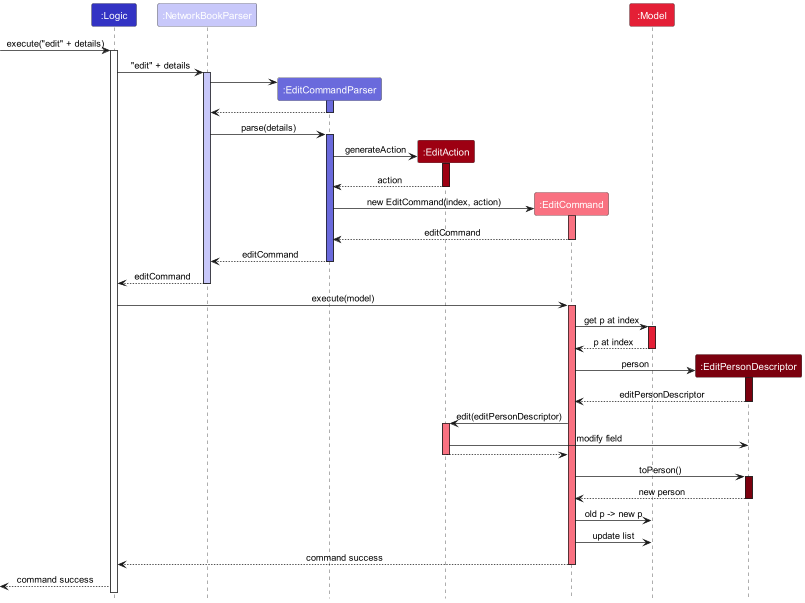
nus-cs2103-AY2324S1/tp keeps this PlantUML diagram as docs/images/edit/EditDiagram.png. Above is the earlier version. Its diagram source:
```plantuml
@startuml
!include style.puml
skinparam ArrowFontStyle plain

Participant ":Logic" as logic LOGIC_COLOR
Participant ":NetworkBookParser" as networkBookParser LOGIC_COLOR_T1
Participant ":EditCommandParser" as editCommandParser LOGIC_COLOR_T2
Participant ":EditAction" as editAction MODEL_COLOR
Participant ":EditCommand" as editCommand MODEL_COLOR_T1
Participant ":Model" as model MODEL_COLOR_T2
Participant ":EditPersonDescriptor" as editPersonDescriptor MODEL_COLOR_T3

-> logic : execute("edit" + details)
activate logic

logic -> networkBookParser : "edit" + details
activate networkBookParser LOGIC_COLOR_T1

create editCommandParser
networkBookParser -> editCommandParser
activate editCommandParser LOGIC_COLOR_T2

editCommandParser --> networkBookParser
deactivate editCommandParser

networkBookParser -> editCommandParser : parse(details)
activate editCommandParser LOGIC_COLOR_T2

create editAction
editCommandParser -> editAction : generateAction
activate editAction MODEL_COLOR

editAction --> editCommandParser : action
deactivate editAction

create editCommand
editCommandParser -> editCommand : new EditCommand(index, action)
activate editCommand MODEL_COLOR_T1

editCommand --> editCommandParser : editCommand
deactivate editCommand

editCommandParser --> networkBookParser : editCommand
deactivate editCommandParser

networkBookParser --> logic : editCommand
deactivate networkBookParser

logic -> editCommand: execute(model)
activate editCommand MODEL_COLOR_T1

editCommand -> model : get p at index
activate model MODEL_COLOR_T2

model --> editCommand : p at index
deactivate model

create editPersonDescriptor
editCommand -> editPersonDescriptor: person
activate editPersonDescriptor MODEL_COLOR_T3

editPersonDescriptor --> editCommand : editPersonDescriptor
deactivate editPersonDescriptor

editCommand -> editAction : edit(editPersonDescriptor)
activate editAction MODEL_COLOR_T1

editAction -> editPersonDescriptor : modify field

editAction --> editCommand
deactivate editAction

editCommand -> editPersonDescriptor : toPerson()
activate editPersonDescriptor MODEL_COLOR_T3

editPersonDescriptor --> editCommand : new person
deactivate editPersonDescriptor

editCommand -> model : old p -> new p
editCommand -> model : update list

editCommand --> logic : command success
deactivate editCommand

<-- logic : command success

@enduml
```
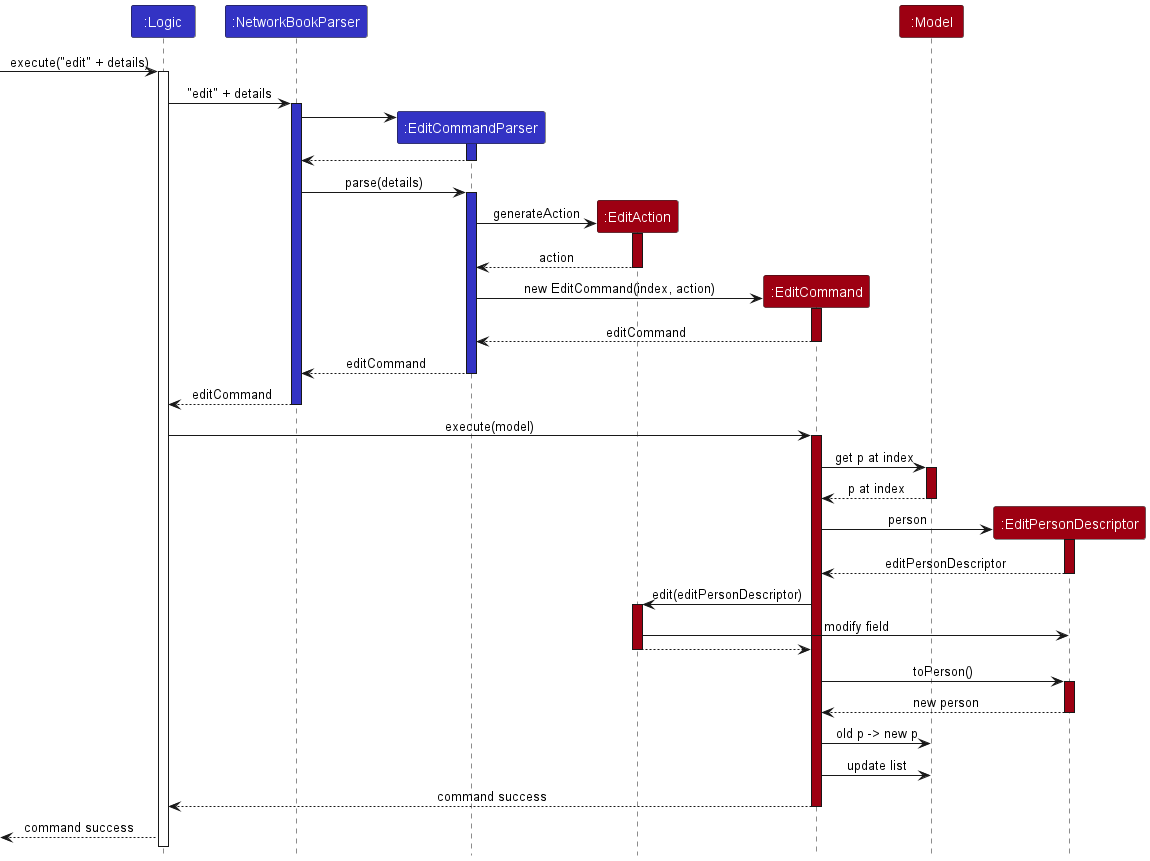
Above is the later version.

Diff of the diagram source:
```diff
@@ -3,28 +3,28 @@
 skinparam ArrowFontStyle plain
 
 Participant ":Logic" as logic LOGIC_COLOR
-Participant ":NetworkBookParser" as networkBookParser LOGIC_COLOR_T1
-Participant ":EditCommandParser" as editCommandParser LOGIC_COLOR_T2
+Participant ":NetworkBookParser" as networkBookParser LOGIC_COLOR
+Participant ":EditCommandParser" as editCommandParser LOGIC_COLOR
 Participant ":EditAction" as editAction MODEL_COLOR
-Participant ":EditCommand" as editCommand MODEL_COLOR_T1
-Participant ":Model" as model MODEL_COLOR_T2
-Participant ":EditPersonDescriptor" as editPersonDescriptor MODEL_COLOR_T3
+Participant ":EditCommand" as editCommand MODEL_COLOR
+Participant ":Model" as model MODEL_COLOR
+Participant ":EditPersonDescriptor" as editPersonDescriptor MODEL_COLOR
 
 -> logic : execute("edit" + details)
 activate logic
 
 logic -> networkBookParser : "edit" + details
-activate networkBookParser LOGIC_COLOR_T1
+activate networkBookParser LOGIC_COLOR
 
 create editCommandParser
 networkBookParser -> editCommandParser
-activate editCommandParser LOGIC_COLOR_T2
+activate editCommandParser LOGIC_COLOR
 
 editCommandParser --> networkBookParser
 deactivate editCommandParser
 
 networkBookParser -> editCommandParser : parse(details)
-activate editCommandParser LOGIC_COLOR_T2
+activate editCommandParser LOGIC_COLOR
 
 create editAction
 editCommandParser -> editAction : generateAction
@@ -35,7 +35,7 @@
 
 create editCommand
 editCommandParser -> editCommand : new EditCommand(index, action)
-activate editCommand MODEL_COLOR_T1
+activate editCommand MODEL_COLOR
 
 editCommand --> editCommandParser : editCommand
 deactivate editCommand
@@ -47,23 +47,23 @@
 deactivate networkBookParser
 
 logic -> editCommand: execute(model)
-activate editCommand MODEL_COLOR_T1
+activate editCommand MODEL_COLOR
 
 editCommand -> model : get p at index
-activate model MODEL_COLOR_T2
+activate model MODEL_COLOR
 
 model --> editCommand : p at index
 deactivate model
 
 create editPersonDescriptor
 editCommand -> editPersonDescriptor: person
-activate editPersonDescriptor MODEL_COLOR_T3
+activate editPersonDescriptor MODEL_COLOR
 
 editPersonDescriptor --> editCommand : editPersonDescriptor
 deactivate editPersonDescriptor
 
 editCommand -> editAction : edit(editPersonDescriptor)
-activate editAction MODEL_COLOR_T1
+activate editAction MODEL_COLOR
 
 editAction -> editPersonDescriptor : modify field
 
@@ -71,7 +71,7 @@
 deactivate editAction
 
 editCommand -> editPersonDescriptor : toPerson()
-activate editPersonDescriptor MODEL_COLOR_T3
+activate editPersonDescriptor MODEL_COLOR
 
 editPersonDescriptor --> editCommand : new person
 deactivate editPersonDescriptor
```
